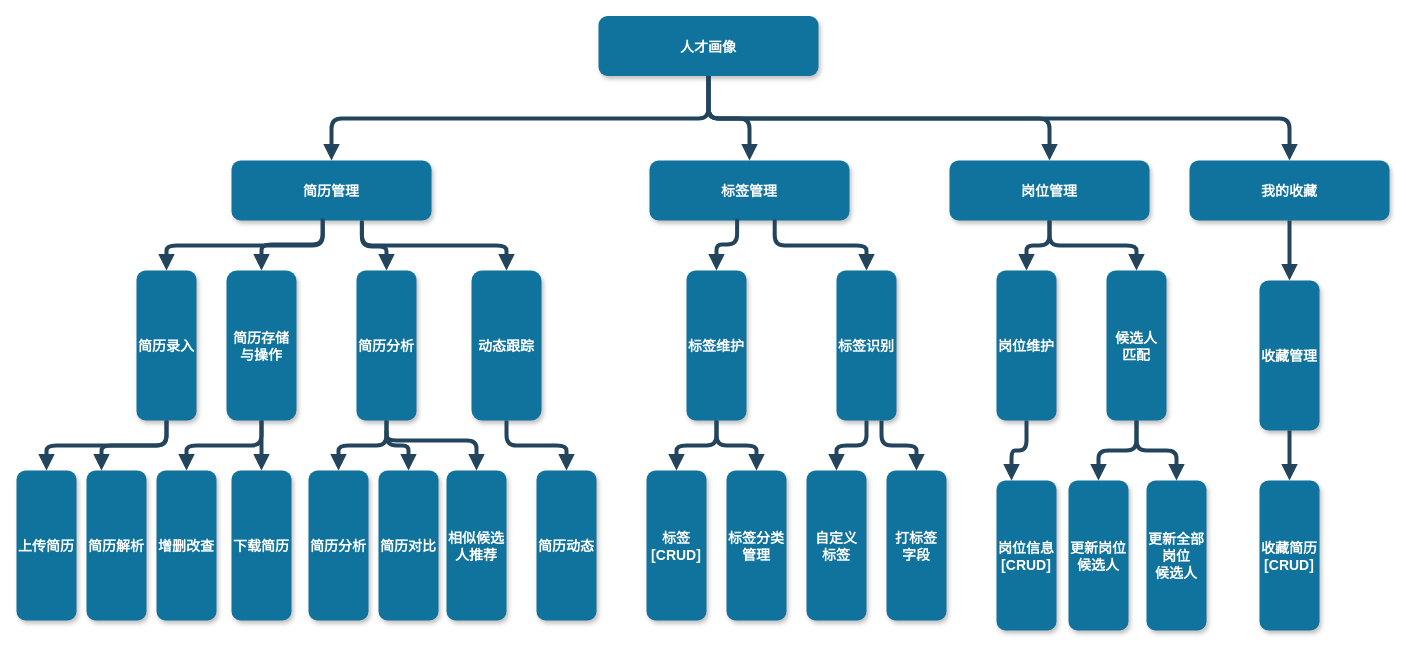
The draw.io diagram 未命名绘图.drawio in beyondgogogo/Graph, before the edit. Source tidied: cells renumbered, new cells numbered last; positions are measured from the earlier drawing's top-left corner, leaving out a move shared by most shapes. Both pictures are drawn from the tidied source at 100%, with x=0, y=0 at pixel (16, 16).
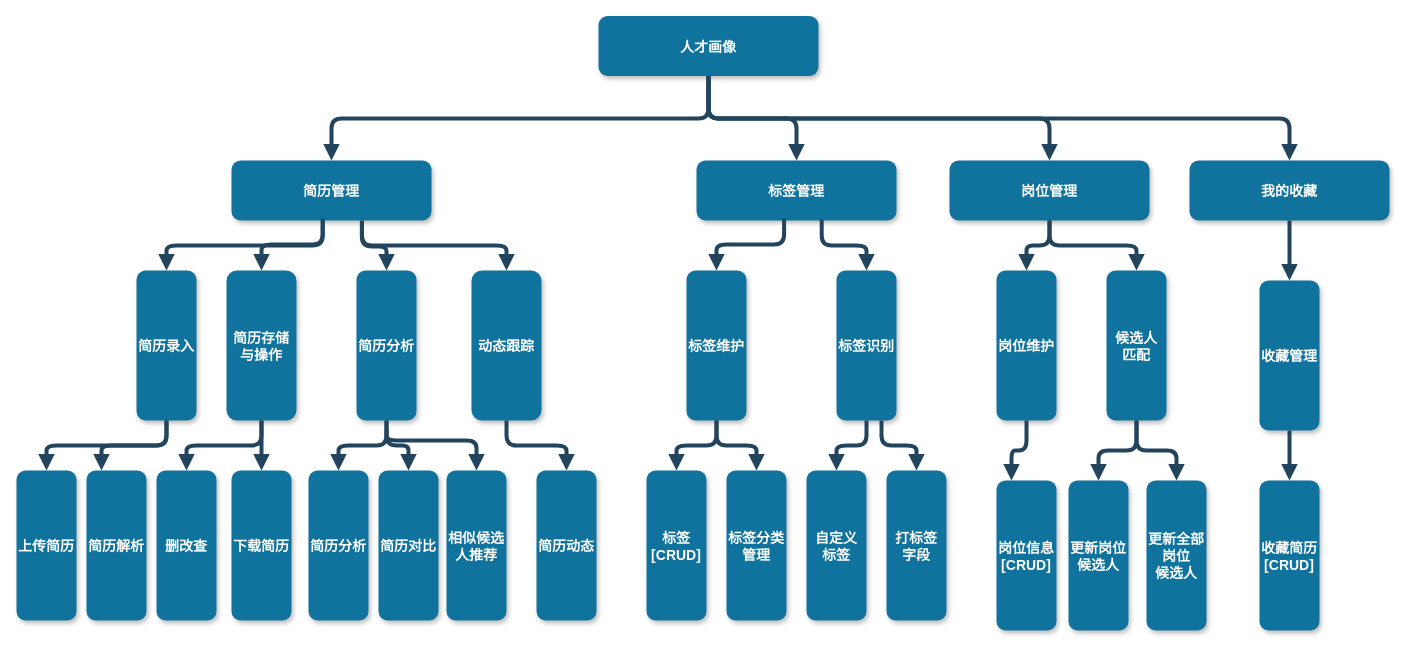
Above is the later version.

Commit message:
更新未命名绘图.drawio

What changed in the source:
```diff
@@
     <mxCell id="4" value="标签管理" style="rounded=1;fillColor=#10739E;strokeColor=none;shadow=1;gradientColor=none;fontStyle=1;fontColor=#FFFFFF;fontSize=14;" parent="1" vertex="1">
-      <mxGeometry x="633" y="144" width="200" height="60" as="geometry" />
+      <mxGeometry x="680" y="144" width="200" height="60" as="geometry" />
     </mxCell>
@@
-    <mxCell id="21" value="增删改查" style="rounded=1;fillColor=#10739E;strokeColor=none;shadow=1;gradientColor=none;fontStyle=1;fontColor=#FFFFFF;fontSize=14;" parent="1" vertex="1">
+    <mxCell id="21" value="删改查" style="rounded=1;fillColor=#10739E;strokeColor=none;shadow=1;gradientColor=none;fontStyle=1;fontColor=#FFFFFF;fontSize=14;" parent="1" vertex="1">
       <mxGeometry x="140" y="454" width="60" height="150" as="geometry" />
     </mxCell>
```
